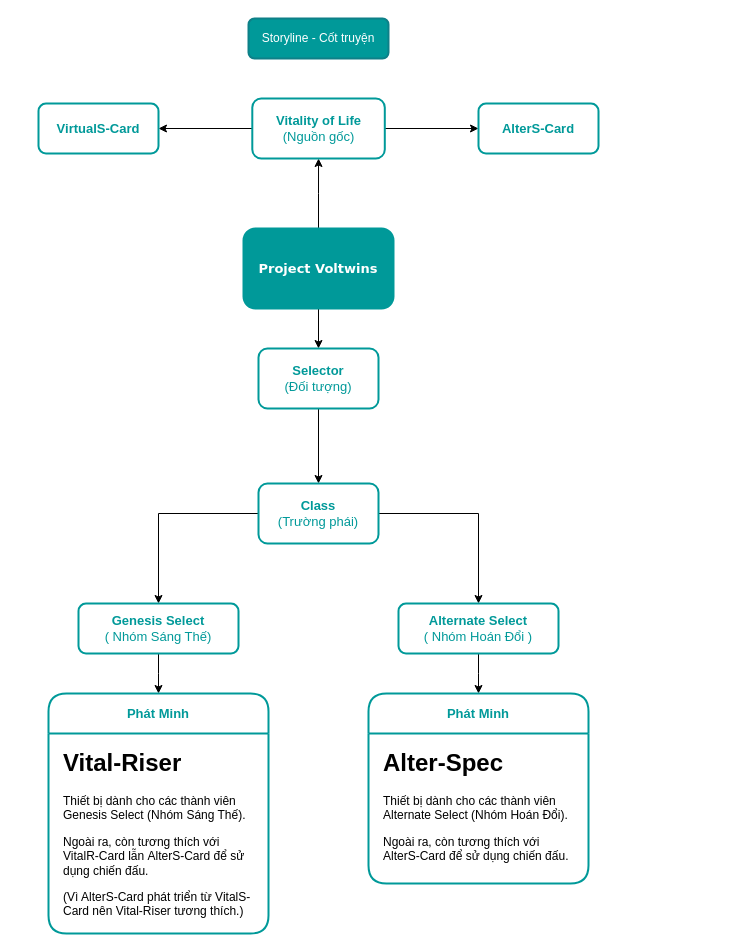
Above: Project RPGMMO Voltwins.drawio in duykhang3803/rpgmmo-voltwins (draw.io), before the change. Source tidied: cells renumbered, new cells numbered last; positions are measured from the earlier drawing's top-left corner, leaving out a move shared by most shapes. Both pictures are drawn from the tidied source at 100%, with x=0, y=0 at pixel (38, 18).
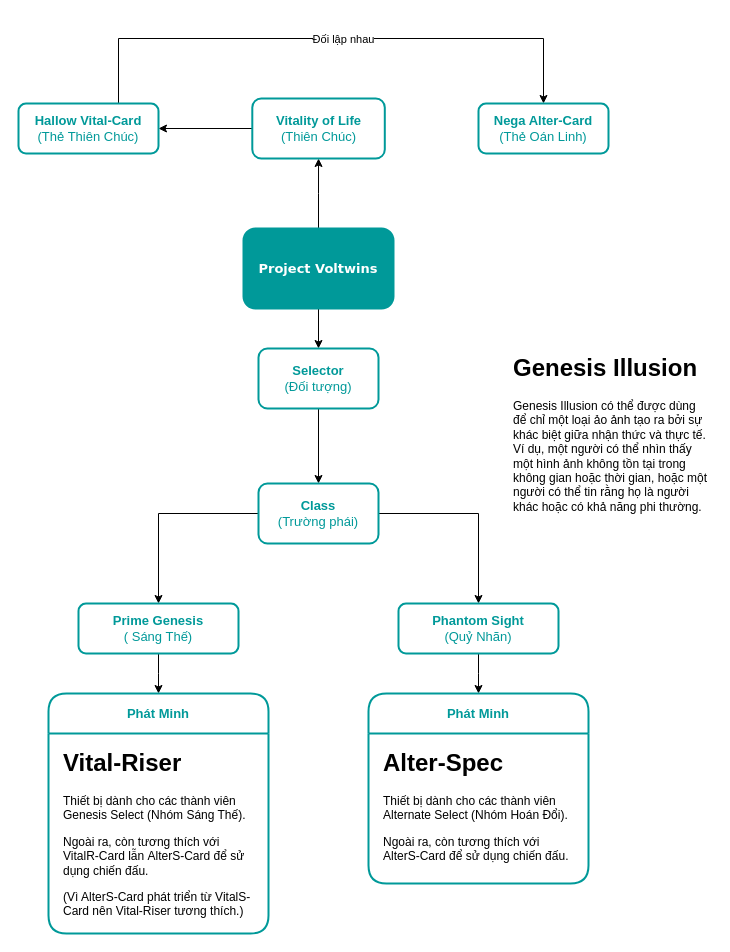
The same page after the edit.

The edit, as a diff of the source:
```diff
@@
-    <mxCell id="5" value="Storyline - Cốt truyện" style="rounded=1;whiteSpace=wrap;html=1;strokeWidth=2;fillColor=#009999;strokeColor=#0e8088;fontColor=#FFFFFF;" parent="1" vertex="1">
-      <mxGeometry x="210" width="140" height="40" as="geometry" />
-    </mxCell>
@@
-    <mxCell id="12" value="&lt;b&gt;Genesis Select&lt;/b&gt;&lt;br&gt;( Nhóm Sáng Thế)" style="rounded=1;whiteSpace=wrap;html=1;fontSize=13;strokeColor=#009999;fontColor=#009999;strokeWidth=2;fontStyle=0;fillStyle=hatch;" parent="1" vertex="1">
+    <mxCell id="12" value="&lt;b&gt;Prime Genesis&lt;/b&gt;&lt;br&gt;( Sáng Thế)" style="rounded=1;whiteSpace=wrap;html=1;fontSize=13;strokeColor=#009999;fontColor=#009999;strokeWidth=2;fontStyle=0;fillStyle=hatch;" parent="1" vertex="1">
       <mxGeometry x="40" y="585" width="160" height="50" as="geometry" />
     </mxCell>
@@
-    <mxCell id="14" value="&lt;b&gt;Alternate Select&lt;/b&gt;&lt;br&gt;( Nhóm Hoán Đổi )" style="rounded=1;whiteSpace=wrap;html=1;fillStyle=hatch;strokeColor=#009999;strokeWidth=2;align=center;verticalAlign=middle;fontFamily=Helvetica;fontSize=13;fontColor=#009999;fillColor=default;" parent="1" vertex="1">
+    <mxCell id="14" value="&lt;b&gt;Phantom Sight&lt;/b&gt;&lt;br&gt;(Quỷ Nhãn)" style="rounded=1;whiteSpace=wrap;html=1;fillStyle=hatch;strokeColor=#009999;strokeWidth=2;align=center;verticalAlign=middle;fontFamily=Helvetica;fontSize=13;fontColor=#009999;fillColor=default;" parent="1" vertex="1">
       <mxGeometry x="360" y="585" width="160" height="50" as="geometry" />
     </mxCell>
@@
-    <mxCell id="20" style="edgeStyle=orthogonalEdgeStyle;rounded=0;jettySize=auto;html=1;fontFamily=Helvetica;fontSize=13;fontColor=#009999;" parent="1" edge="1" source="21" target="23">
-      <mxGeometry relative="1" as="geometry" />
-    </mxCell>
-    <mxCell id="21" value="Vitality of Life&lt;br style=&quot;font-size: 13px;&quot;&gt;&lt;span style=&quot;font-weight: normal; font-size: 13px;&quot;&gt;(Nguồn gốc)&lt;/span&gt;" style="rounded=1;whiteSpace=wrap;html=1;fontSize=13;strokeColor=#009999;fontColor=#009999;strokeWidth=2;fontStyle=1;fillStyle=hatch;" parent="1" vertex="1">
+    <mxCell id="21" value="Vitality of Life&lt;br style=&quot;font-size: 13px;&quot;&gt;&lt;span style=&quot;font-weight: normal; font-size: 13px;&quot;&gt;(Thiên Chúc)&lt;/span&gt;" style="rounded=1;whiteSpace=wrap;html=1;fontSize=13;strokeColor=#009999;fontColor=#009999;strokeWidth=2;fontStyle=1;fillStyle=hatch;" parent="1" vertex="1">
       <mxGeometry x="213.8" y="80" width="132.5" height="60" as="geometry" />
     </mxCell>
+    <mxCell id="24" style="edgeStyle=orthogonalEdgeStyle;rounded=0;jettySize=auto;html=1;exitX=0.5;exitY=0;exitDx=0;exitDy=0;entryX=0.5;entryY=0;entryDx=0;entryDy=0;" parent="1" edge="1" source="22" target="23">
+      <mxGeometry relative="1" as="geometry">
+        <Array as="points">
+          <mxPoint x="80" y="20" />
+          <mxPoint x="505" y="20" />
+        </Array>
+      </mxGeometry>
+    </mxCell>
+    <mxCell id="25" value="Đối lập nhau" style="edgeLabel;html=1;align=center;verticalAlign=middle;" parent="24" vertex="1">
+      <mxGeometry x="0.09" relative="1" as="geometry" />
+    </mxCell>
-    <mxCell id="22" value="VirtualS-Card" style="rounded=1;whiteSpace=wrap;html=1;strokeColor=#009999;align=center;verticalAlign=middle;fontFamily=Helvetica;fontSize=13;fontColor=#009999;fillColor=default;strokeWidth=2;fontStyle=1;fillStyle=hatch;" parent="1" vertex="1">
-      <mxGeometry y="85" width="120" height="50" as="geometry" />
+    <mxCell id="22" value="Hallow Vital-Card&lt;br&gt;&lt;span style=&quot;font-weight: normal;&quot;&gt;(Thẻ Thiên Chúc)&lt;/span&gt;" style="rounded=1;whiteSpace=wrap;html=1;strokeColor=#009999;align=center;verticalAlign=middle;fontFamily=Helvetica;fontSize=13;fontColor=#009999;fillColor=default;strokeWidth=2;fontStyle=1;fillStyle=hatch;" parent="1" vertex="1">
+      <mxGeometry x="-20" y="85" width="140" height="50" as="geometry" />
     </mxCell>
-    <mxCell id="23" value="AlterS-Card" style="rounded=1;whiteSpace=wrap;html=1;strokeColor=#009999;align=center;verticalAlign=middle;fontFamily=Helvetica;fontSize=13;fontColor=#009999;fillColor=default;shadow=0;strokeWidth=2;fontStyle=1;fillStyle=hatch;" parent="1" vertex="1">
-      <mxGeometry x="440" y="85" width="120" height="50" as="geometry" />
+    <mxCell id="23" value="Nega Alter-Card&lt;br&gt;&lt;span style=&quot;font-weight: normal;&quot;&gt;(Thẻ Oán Linh)&lt;/span&gt;" style="rounded=1;whiteSpace=wrap;html=1;strokeColor=#009999;align=center;verticalAlign=middle;fontFamily=Helvetica;fontSize=13;fontColor=#009999;fillColor=default;shadow=0;strokeWidth=2;fontStyle=1;fillStyle=hatch;" parent="1" vertex="1">
+      <mxGeometry x="440" y="85" width="130" height="50" as="geometry" />
     </mxCell>
+    <mxCell id="26" value="&lt;h1&gt;Genesis Illusion&lt;/h1&gt;&lt;p&gt;Genesis Illusion có thể được dùng để chỉ một loại ảo ảnh tạo ra bởi sự khác biệt giữa nhận thức và thực tế. Ví dụ, một người có thể nhìn thấy một hình ảnh không tồn tại trong không gian hoặc thời gian, hoặc một người có thể tin rằng họ là người khác hoặc có khả năng phi thường.&lt;br&gt;&lt;/p&gt;" style="text;html=1;strokeColor=none;fillColor=none;spacing=5;spacingTop=-20;whiteSpace=wrap;overflow=hidden;rounded=0;" parent="1" vertex="1">
+      <mxGeometry x="470" y="330" width="205" height="180" as="geometry" />
+    </mxCell>
```
